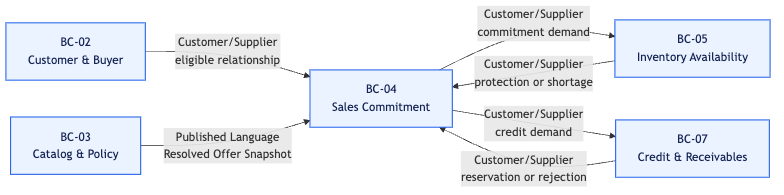
Above: report/assets/chapter-2/context-mapping/context-map-commercial.png in nexa-suite/mobile-report (Mermaid), before the change. Its source is kept beside it as report/assets/chapter-2/context-mapping/context-map-commercial.mmd. Source of this version:
```mermaid
flowchart LR
  bc02["BC-02<br/>Customer & Buyer"]
  bc03["BC-03<br/>Catalog & Policy"]
  bc04["BC-04<br/>Sales Commitment"]
  bc05["BC-05<br/>Inventory Availability"]
  bc07["BC-07<br/>Credit & Receivables"]

  bc02 -->|"Customer/Supplier<br/>eligible relationship"| bc04
  bc03 -->|"Published Language<br/>Resolved Offer Snapshot"| bc04
  bc04 -->|"Customer/Supplier<br/>commitment demand"| bc05
  bc05 -->|"Customer/Supplier<br/>protection or shortage"| bc04
  bc04 -->|"Customer/Supplier<br/>credit demand"| bc07
  bc07 -->|"Customer/Supplier<br/>reservation or rejection"| bc04

  classDef context fill:#EAF3FF,stroke:#2563EB,stroke-width:1.5px,color:#172554;
  class bc02,bc03,bc04,bc05,bc07 context;
```
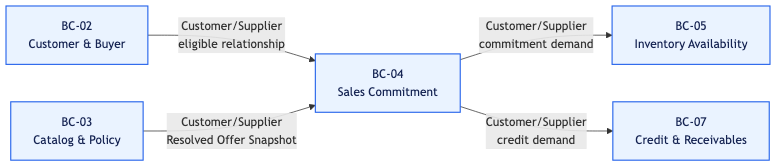
After the commit.

Commit message:
docs(ddd): refine strategic context semantics

Diff of the diagram source:
```diff
@@ -6,11 +6,9 @@
   bc07["BC-07<br/>Credit & Receivables"]
 
   bc02 -->|"Customer/Supplier<br/>eligible relationship"| bc04
-  bc03 -->|"Published Language<br/>Resolved Offer Snapshot"| bc04
+  bc03 -->|"Customer/Supplier<br/>Resolved Offer Snapshot"| bc04
   bc04 -->|"Customer/Supplier<br/>commitment demand"| bc05
-  bc05 -->|"Customer/Supplier<br/>protection or shortage"| bc04
   bc04 -->|"Customer/Supplier<br/>credit demand"| bc07
-  bc07 -->|"Customer/Supplier<br/>reservation or rejection"| bc04
 
   classDef context fill:#EAF3FF,stroke:#2563EB,stroke-width:1.5px,color:#172554;
   class bc02,bc03,bc04,bc05,bc07 context;
```
